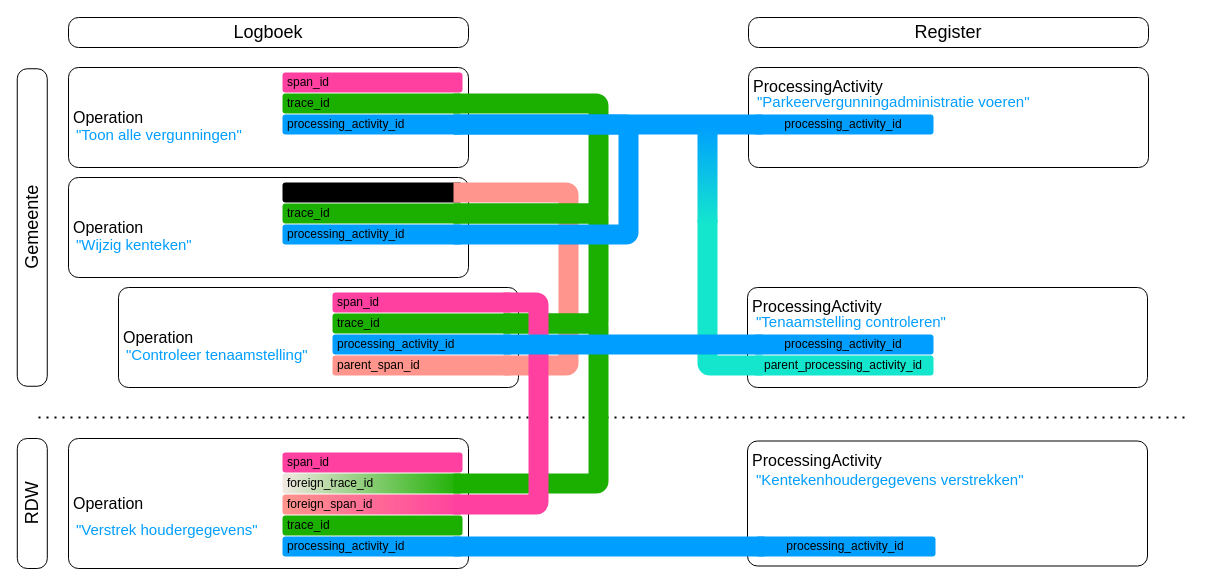
This is page "Totaal-voorbeeld" (1 of 15) of media/LogboekDataVerwerking.drawio from Logius-standaarden/logboek-dataverwerkingen-inleiding, a draw.io file, before an edit. Source tidied: cells renumbered, new cells numbered last; positions are measured from the earlier drawing's top-left corner, leaving out a move shared by most shapes. Both pictures are drawn from the tidied source at 100%, with x=0, y=0 at pixel (-127, 17).
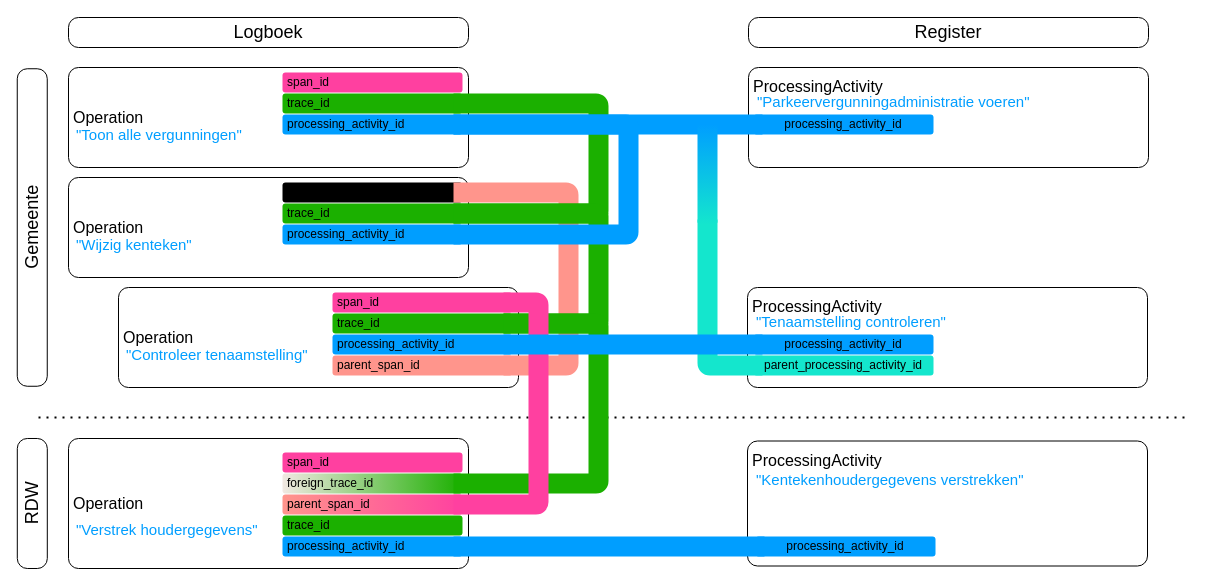
The same diagram, later.

Diff of the diagram source:
```diff
@@
-    <mxCell id="20" value="foreign_span_id" style="rounded=1;whiteSpace=wrap;html=1;strokeColor=none;fillColor=#FF958C;points=[[0,0,0,0,0],[0,0.25,0,0,0],[0,0.75,0,0,0],[0,1,0,0,0],[0.05,0.5,0,0,0],[0.25,0,0,0,0],[0.25,1,0,0,0],[0.5,0,0,0,0],[0.5,1,0,0,0],[0.75,0,0,0,0],[0.75,1,0,0,0],[0.95,0.5,0,0,0],[1,0,0,0,0],[1,0.25,0,0,0],[1,0.75,0,0,0],[1,1,0,0,0]];align=left;spacing=5;gradientColor=#FF40A0;gradientDirection=east;" parent="1" vertex="1">
+    <mxCell id="20" value="parent_span_id" style="rounded=1;whiteSpace=wrap;html=1;strokeColor=none;fillColor=#FF958C;points=[[0,0,0,0,0],[0,0.25,0,0,0],[0,0.75,0,0,0],[0,1,0,0,0],[0.05,0.5,0,0,0],[0.25,0,0,0,0],[0.25,1,0,0,0],[0.5,0,0,0,0],[0.5,1,0,0,0],[0.75,0,0,0,0],[0.75,1,0,0,0],[0.95,0.5,0,0,0],[1,0,0,0,0],[1,0.25,0,0,0],[1,0.75,0,0,0],[1,1,0,0,0]];align=left;spacing=5;gradientColor=#FF40A0;gradientDirection=east;" parent="1" vertex="1">
       <mxGeometry x="409" y="477" width="180" height="20" as="geometry" />
     </mxCell>
```
